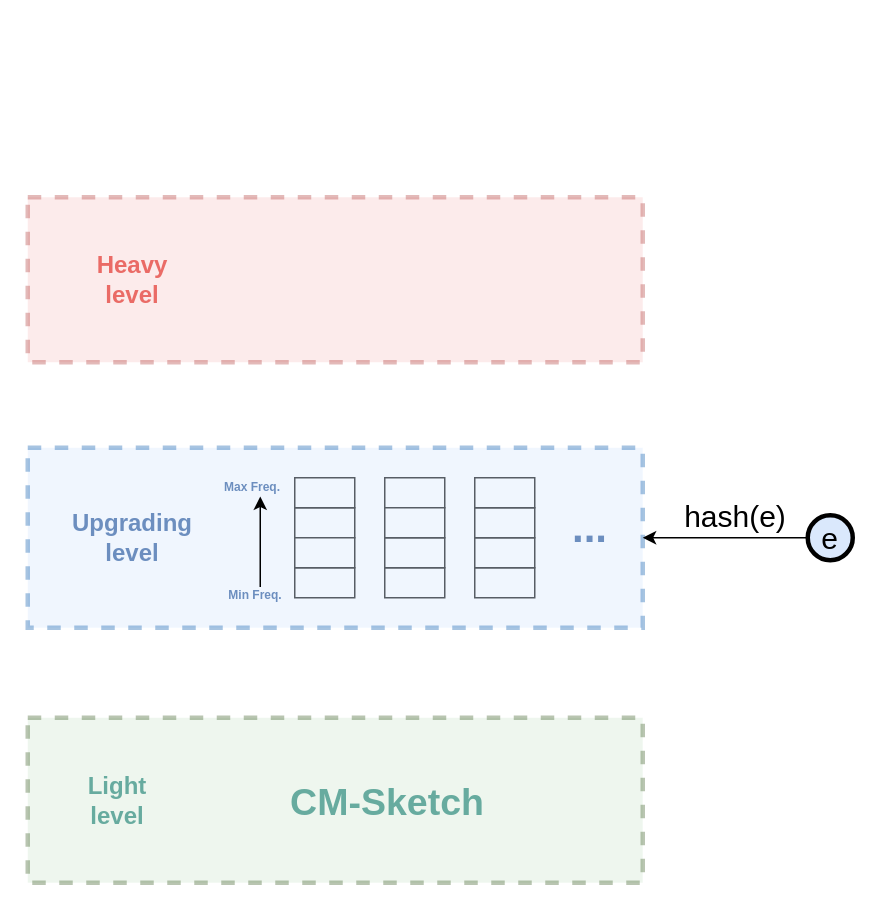
The draw.io diagram page "第 12 页" (10 of 10) of draw.drawio in ChowChongTong/HelloWorld, before the edit. Source tidied: cells renumbered, new cells numbered last; positions are measured from the earlier drawing's top-left corner, leaving out a move shared by most shapes. Both pictures are drawn from the tidied source at 150%, with x=0, y=0 at pixel (27, 196).
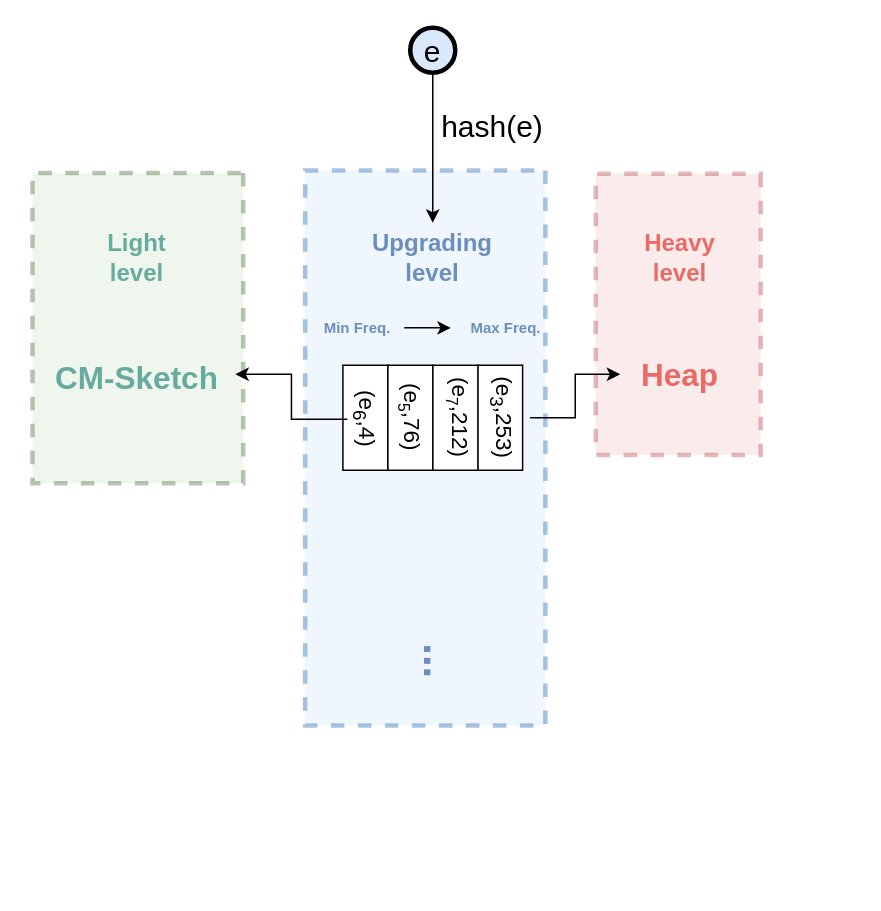
Above is the later version.

Change to the diagram source:
```diff
@@
-    <mxCell id="2" style="rounded=0;whiteSpace=wrap;html=1;" parent="1" vertex="1">
-      <mxGeometry x="178" y="207" width="40" height="20" as="geometry" />
-    </mxCell>
+    <mxCell id="19" style="rounded=0;whiteSpace=wrap;html=1;labelBackgroundColor=#ffffff;fontFamily=Helvetica;strokeWidth=3;dashed=1;fillColor=#d5e8d4;opacity=40;strokeColor=#506E3E;rotation=90;" parent="1" vertex="1">
+      <mxGeometry x="-30" y="17" width="206.8" height="140.5" as="geometry" />
+    </mxCell>
+    <mxCell id="14" style="rounded=0;whiteSpace=wrap;html=1;labelBackgroundColor=#ffffff;fontFamily=Helvetica;strokeWidth=3;dashed=1;fillColor=#dae8fc;opacity=40;strokeColor=#246BB3;rotation=90;" parent="1" vertex="1">
+      <mxGeometry x="80" y="87.1" width="370" height="160.2" as="geometry" />
+    </mxCell>
+    <mxCell id="27" style="rounded=0;whiteSpace=wrap;html=1;labelBackgroundColor=#ffffff;fontFamily=Helvetica;strokeWidth=3;dashed=1;fillColor=#f8cecc;opacity=40;strokeColor=#b85450;rotation=90;" parent="1" vertex="1">
+      <mxGeometry x="339.9" y="23" width="187.5" height="110" as="geometry" />
+    </mxCell>
-    <mxCell id="3" style="rounded=0;whiteSpace=wrap;html=1;" parent="1" vertex="1">
-      <mxGeometry x="178" y="187" width="40" height="20" as="geometry" />
+    <mxCell id="3" style="rounded=0;whiteSpace=wrap;html=1;rotation=-90;" parent="1" vertex="1">
+      <mxGeometry x="190.1" y="132" width="70" height="30" as="geometry" />
     </mxCell>
-    <mxCell id="4" style="rounded=0;whiteSpace=wrap;html=1;" parent="1" vertex="1">
-      <mxGeometry x="178" y="247" width="40" height="20" as="geometry" />
-    </mxCell>
-    <mxCell id="5" style="rounded=0;whiteSpace=wrap;html=1;" parent="1" vertex="1">
-      <mxGeometry x="178" y="227" width="40" height="20" as="geometry" />
-    </mxCell>
-    <mxCell id="6" style="rounded=0;whiteSpace=wrap;html=1;" parent="1" vertex="1">
-      <mxGeometry x="238" y="187" width="40" height="20" as="geometry" />
-    </mxCell>
-    <mxCell id="7" style="rounded=0;whiteSpace=wrap;html=1;" parent="1" vertex="1">
-      <mxGeometry x="238" y="247" width="40" height="20" as="geometry" />
-    </mxCell>
-    <mxCell id="8" style="rounded=0;whiteSpace=wrap;html=1;" parent="1" vertex="1">
-      <mxGeometry x="238" y="227" width="40" height="20" as="geometry" />
-    </mxCell>
-    <mxCell id="9" style="rounded=0;whiteSpace=wrap;html=1;" parent="1" vertex="1">
-      <mxGeometry x="238" y="207" width="40" height="20" as="geometry" />
-    </mxCell>
-    <mxCell id="10" style="rounded=0;whiteSpace=wrap;html=1;" parent="1" vertex="1">
-      <mxGeometry x="298" y="247" width="40" height="20" as="geometry" />
-    </mxCell>
-    <mxCell id="11" style="rounded=0;whiteSpace=wrap;html=1;" parent="1" vertex="1">
-      <mxGeometry x="298" y="227" width="40" height="20" as="geometry" />
-    </mxCell>
-    <mxCell id="12" style="rounded=0;whiteSpace=wrap;html=1;" parent="1" vertex="1">
-      <mxGeometry x="298" y="207" width="40" height="20" as="geometry" />
-    </mxCell>
-    <mxCell id="13" style="rounded=0;whiteSpace=wrap;html=1;" parent="1" vertex="1">
-      <mxGeometry x="298" y="187" width="40" height="20" as="geometry" />
-    </mxCell>
-    <mxCell id="14" style="rounded=0;whiteSpace=wrap;html=1;labelBackgroundColor=#ffffff;fontFamily=Helvetica;strokeWidth=3;dashed=1;fillColor=#dae8fc;opacity=40;strokeColor=#246BB3;" parent="1" vertex="1">
-      <mxGeometry y="167" width="410" height="120" as="geometry" />
-    </mxCell>
     <mxCell id="15" value="&lt;font style=&quot;font-size: 16px;&quot;&gt;&lt;b&gt;Upgrading level&lt;/b&gt;&lt;/font&gt;" style="text;html=1;strokeColor=none;fillColor=none;align=center;verticalAlign=middle;whiteSpace=wrap;rounded=0;opacity=0;fontColor=#6C8EBF;" parent="1" vertex="1">
-      <mxGeometry x="30" y="204.5" width="80" height="45" as="geometry" />
+      <mxGeometry x="230" y="17" width="80" height="45" as="geometry" />
     </mxCell>
-    <mxCell id="16" style="edgeStyle=orthogonalEdgeStyle;rounded=0;jettySize=auto;html=1;exitX=0;exitY=0.5;exitDx=0;exitDy=0;fontSize=20;fontColor=#6C8EBF;" parent="1" edge="1" source="17" target="14">
-      <mxGeometry relative="1" as="geometry" />
-    </mxCell>
+    <mxCell id="29" style="edgeStyle=orthogonalEdgeStyle;rounded=0;jettySize=auto;html=1;fontSize=15;" parent="1" edge="1" source="17" target="15">
+      <mxGeometry relative="1" as="geometry" />
+    </mxCell>
     <mxCell id="17" value="&lt;font style=&quot;font-size: 20px;&quot;&gt;e&lt;/font&gt;" style="ellipse;whiteSpace=wrap;html=1;shadow=0;fillColor=#dae8fc;fontFamily=Helvetica;perimeterSpacing=1;strokeWidth=3;fontStyle=0;" parent="1" vertex="1">
-      <mxGeometry x="520" y="212" width="30" height="30" as="geometry" />
+      <mxGeometry x="255" y="-113" width="30" height="30" as="geometry" />
     </mxCell>
     <mxCell id="18" value="&lt;font color=&quot;#000000&quot;&gt;hash(e)&lt;/font&gt;" style="text;html=1;strokeColor=none;fillColor=none;align=center;verticalAlign=middle;whiteSpace=wrap;rounded=0;fontSize=20;fontColor=#6C8EBF;opacity=0;" parent="1" vertex="1">
-      <mxGeometry x="442" y="197" width="60" height="30" as="geometry" />
+      <mxGeometry x="279.9" y="-63" width="60" height="30" as="geometry" />
     </mxCell>
-    <mxCell id="19" style="rounded=0;whiteSpace=wrap;html=1;labelBackgroundColor=#ffffff;fontFamily=Helvetica;strokeWidth=3;dashed=1;fillColor=#d5e8d4;opacity=40;strokeColor=#506E3E;" parent="1" vertex="1">
-      <mxGeometry y="347" width="410" height="110" as="geometry" />
-    </mxCell>
     <mxCell id="20" value="&lt;font color=&quot;#67ab9f&quot; style=&quot;font-size: 16px;&quot;&gt;&lt;b&gt;Light&lt;br&gt;level&lt;/b&gt;&lt;/font&gt;" style="text;html=1;strokeColor=none;fillColor=none;align=center;verticalAlign=middle;whiteSpace=wrap;rounded=0;opacity=0;fontColor=#6C8EBF;" parent="1" vertex="1">
-      <mxGeometry x="20" y="379.5" width="80" height="45" as="geometry" />
+      <mxGeometry x="33.4" y="17" width="80" height="45" as="geometry" />
     </mxCell>
-    <mxCell id="21" value="&lt;b&gt;&lt;font style=&quot;font-size: 28px;&quot;&gt;...&lt;/font&gt;&lt;/b&gt;" style="text;html=1;strokeColor=none;fillColor=none;align=center;verticalAlign=middle;whiteSpace=wrap;rounded=0;opacity=0;fontColor=#6C8EBF;" parent="1" vertex="1">
-      <mxGeometry x="335" y="207" width="80" height="25" as="geometry" />
+    <mxCell id="21" value="&lt;b&gt;&lt;font style=&quot;font-size: 28px;&quot;&gt;...&lt;/font&gt;&lt;/b&gt;" style="text;html=1;strokeColor=none;fillColor=none;align=center;verticalAlign=middle;whiteSpace=wrap;rounded=0;opacity=0;fontColor=#6C8EBF;rotation=90;" parent="1" vertex="1">
+      <mxGeometry x="235" y="297" width="80" height="25" as="geometry" />
     </mxCell>
-    <mxCell id="22" value="&lt;font color=&quot;#67ab9f&quot; style=&quot;font-size: 25px;&quot;&gt;&lt;span style=&quot;caret-color: rgb(103, 171, 159); font-size: 25px;&quot;&gt;&lt;b style=&quot;font-size: 25px;&quot;&gt;CM-Sketch&lt;/b&gt;&lt;/span&gt;&lt;/font&gt;" style="text;html=1;strokeColor=none;fillColor=none;align=center;verticalAlign=middle;whiteSpace=wrap;rounded=0;opacity=0;fontColor=#6C8EBF;fontSize=25;" parent="1" vertex="1">
-      <mxGeometry x="170" y="379.5" width="140" height="45" as="geometry" />
+    <mxCell id="22" value="&lt;font size=&quot;1&quot; color=&quot;#67ab9f&quot;&gt;&lt;span style=&quot;caret-color: rgb(103, 171, 159);&quot;&gt;&lt;b style=&quot;font-size: 21px;&quot;&gt;CM-Sketch&lt;/b&gt;&lt;/span&gt;&lt;/font&gt;" style="text;html=1;strokeColor=none;fillColor=none;align=center;verticalAlign=middle;whiteSpace=wrap;rounded=0;opacity=0;fontColor=#6C8EBF;fontSize=25;" parent="1" vertex="1">
+      <mxGeometry x="8.4" y="95.5" width="130" height="45" as="geometry" />
     </mxCell>
-    <mxCell id="23" style="rounded=0;whiteSpace=wrap;html=1;strokeColor=#6C8EBF;fontSize=25;fontColor=#67AB9F;fillColor=#DAE8FC;opacity=0;" parent="1" vertex="1">
-      <mxGeometry y="217" width="120" height="60" as="geometry" />
-    </mxCell>
     <mxCell id="24" style="endArrow=classic;html=1;rounded=0;fontSize=25;fontColor=#67AB9F;" parent="1" edge="1">
       <mxGeometry relative="1" as="geometry">
-        <mxPoint x="155" y="259.8" as="sourcePoint" />
-        <mxPoint x="155" y="199.5" as="targetPoint" />
+        <mxPoint x="251" y="87" as="sourcePoint" />
+        <mxPoint x="282.1" y="87.1" as="targetPoint" />
       </mxGeometry>
     </mxCell>
-    <mxCell id="25" value="&lt;b&gt;&lt;font style=&quot;font-size: 8px;&quot;&gt;Max Freq.&lt;/font&gt;&lt;br&gt;&lt;/b&gt;" style="text;html=1;strokeColor=none;fillColor=none;align=center;verticalAlign=middle;whiteSpace=wrap;rounded=0;opacity=0;fontColor=#6C8EBF;strokeWidth=3;" parent="1" vertex="1">
-      <mxGeometry x="115" y="182.2" width="70" height="20" as="geometry" />
+    <mxCell id="25" value="&lt;b&gt;&lt;font style=&quot;font-size: 10px;&quot;&gt;Max Freq.&lt;/font&gt;&lt;br&gt;&lt;/b&gt;" style="text;html=1;strokeColor=none;fillColor=none;align=center;verticalAlign=middle;whiteSpace=wrap;rounded=0;opacity=0;fontColor=#6C8EBF;strokeWidth=3;" parent="1" vertex="1">
+      <mxGeometry x="284.1" y="77.2" width="70" height="20" as="geometry" />
     </mxCell>
-    <mxCell id="26" value="&lt;b&gt;&lt;font style=&quot;font-size: 8px;&quot;&gt;Min Freq.&lt;/font&gt;&lt;br&gt;&lt;/b&gt;" style="text;html=1;strokeColor=none;fillColor=none;align=center;verticalAlign=middle;whiteSpace=wrap;rounded=0;opacity=0;fontColor=#6C8EBF;strokeWidth=3;" parent="1" vertex="1">
-      <mxGeometry x="117" y="254" width="70" height="20" as="geometry" />
+    <mxCell id="26" value="&lt;b&gt;&lt;font style=&quot;font-size: 10px;&quot;&gt;Min Freq.&lt;/font&gt;&lt;br&gt;&lt;/b&gt;" style="text;html=1;strokeColor=none;fillColor=none;align=center;verticalAlign=middle;whiteSpace=wrap;rounded=0;opacity=0;fontColor=#6C8EBF;strokeWidth=3;" parent="1" vertex="1">
+      <mxGeometry x="185" y="77.2" width="70" height="20" as="geometry" />
     </mxCell>
-    <mxCell id="27" style="rounded=0;whiteSpace=wrap;html=1;labelBackgroundColor=#ffffff;fontFamily=Helvetica;strokeWidth=3;dashed=1;fillColor=#f8cecc;opacity=40;strokeColor=#b85450;" parent="1" vertex="1">
-      <mxGeometry width="410" height="110" as="geometry" />
-    </mxCell>
     <mxCell id="28" value="&lt;font color=&quot;#ea6b66&quot; style=&quot;font-size: 16px;&quot;&gt;&lt;b&gt;Heavy level&lt;/b&gt;&lt;/font&gt;" style="text;html=1;strokeColor=none;fillColor=none;align=center;verticalAlign=middle;whiteSpace=wrap;rounded=0;opacity=0;fontColor=#6C8EBF;" parent="1" vertex="1">
-      <mxGeometry x="30" y="32.5" width="80" height="45" as="geometry" />
+      <mxGeometry x="395" y="17" width="80" height="45" as="geometry" />
     </mxCell>
+    <mxCell id="30" style="edgeStyle=orthogonalEdgeStyle;rounded=0;orthogonalLoop=1;jettySize=auto;html=1;exitX=1;exitY=0.5;exitDx=0;exitDy=0;fontSize=21;" parent="1" edge="1" source="19" target="19">
+      <mxGeometry relative="1" as="geometry" />
+    </mxCell>
+    <mxCell id="31" value="&lt;font size=&quot;1&quot; color=&quot;#ea6b66&quot;&gt;&lt;span style=&quot;caret-color: rgb(234, 107, 102);&quot;&gt;&lt;b style=&quot;font-size: 21px;&quot;&gt;Heap&lt;/b&gt;&lt;/span&gt;&lt;/font&gt;" style="text;html=1;strokeColor=none;fillColor=none;align=center;verticalAlign=middle;whiteSpace=wrap;rounded=0;opacity=0;fontColor=#6C8EBF;" parent="1" vertex="1">
+      <mxGeometry x="395" y="95.5" width="80" height="45" as="geometry" />
+    </mxCell>
+    <mxCell id="32" style="edgeStyle=orthogonalEdgeStyle;rounded=0;orthogonalLoop=1;jettySize=auto;html=1;exitX=1;exitY=0.5;exitDx=0;exitDy=0;fontSize=21;" parent="1" edge="1" source="14" target="14">
+      <mxGeometry relative="1" as="geometry" />
+    </mxCell>
+    <mxCell id="33" style="edgeStyle=orthogonalEdgeStyle;rounded=0;jettySize=auto;html=1;fontSize=15;" parent="1" edge="1" source="34" target="22">
+      <mxGeometry relative="1" as="geometry" />
+    </mxCell>
+    <mxCell id="34" value="&lt;font style=&quot;font-size: 15px;&quot;&gt;(e&lt;sub&gt;6&lt;/sub&gt;&lt;/font&gt;&lt;font&gt;&lt;span style=&quot;font-size: 15px;&quot;&gt;,4)&lt;/span&gt;&lt;/font&gt;" style="text;html=1;strokeColor=none;fillColor=none;align=center;verticalAlign=middle;whiteSpace=wrap;rounded=0;fontSize=21;rotation=90;" parent="1" vertex="1">
+      <mxGeometry x="193.1" y="133" width="70" height="30" as="geometry" />
+    </mxCell>
+    <mxCell id="35" style="rounded=0;whiteSpace=wrap;html=1;rotation=-90;" parent="1" vertex="1">
+      <mxGeometry x="220.1" y="132" width="70" height="30" as="geometry" />
+    </mxCell>
+    <mxCell id="36" style="rounded=0;whiteSpace=wrap;html=1;rotation=-90;" parent="1" vertex="1">
+      <mxGeometry x="279.9" y="132" width="70" height="30" as="geometry" />
+    </mxCell>
+    <mxCell id="37" style="rounded=0;whiteSpace=wrap;html=1;rotation=-90;" parent="1" vertex="1">
+      <mxGeometry x="250.1" y="132" width="70" height="30" as="geometry" />
+    </mxCell>
+    <mxCell id="38" value="&lt;font style=&quot;font-size: 15px;&quot;&gt;(e&lt;/font&gt;&lt;font style=&quot;font-size: 12.499999046325684px;&quot;&gt;&lt;sub&gt;5&lt;/sub&gt;&lt;/font&gt;&lt;font&gt;&lt;span style=&quot;font-size: 15px;&quot;&gt;,76)&lt;/span&gt;&lt;/font&gt;" style="text;html=1;strokeColor=none;fillColor=none;align=center;verticalAlign=middle;whiteSpace=wrap;rounded=0;fontSize=21;rotation=90;" parent="1" vertex="1">
+      <mxGeometry x="223.1" y="132" width="70" height="30" as="geometry" />
+    </mxCell>
+    <mxCell id="39" value="&lt;font style=&quot;font-size: 15px;&quot;&gt;(e&lt;/font&gt;&lt;font style=&quot;font-size: 12.499999046325684px;&quot;&gt;&lt;sub&gt;7&lt;/sub&gt;&lt;/font&gt;&lt;font&gt;&lt;span style=&quot;font-size: 15px;&quot;&gt;,212)&lt;/span&gt;&lt;/font&gt;" style="text;html=1;strokeColor=none;fillColor=none;align=center;verticalAlign=middle;whiteSpace=wrap;rounded=0;fontSize=21;rotation=90;" parent="1" vertex="1">
+      <mxGeometry x="255" y="132" width="70" height="30" as="geometry" />
+    </mxCell>
+    <mxCell id="40" style="edgeStyle=orthogonalEdgeStyle;rounded=0;jettySize=auto;html=1;fontSize=15;" parent="1" edge="1" source="41" target="31">
+      <mxGeometry relative="1" as="geometry" />
+    </mxCell>
+    <mxCell id="41" value="&lt;font style=&quot;font-size: 15px;&quot;&gt;(e&lt;sub&gt;3&lt;/sub&gt;,253)&lt;/font&gt;" style="text;html=1;strokeColor=none;fillColor=none;align=center;verticalAlign=middle;whiteSpace=wrap;rounded=0;fontSize=21;rotation=90;" parent="1" vertex="1">
+      <mxGeometry x="284.9" y="132" width="70" height="30" as="geometry" />
+    </mxCell>
```
